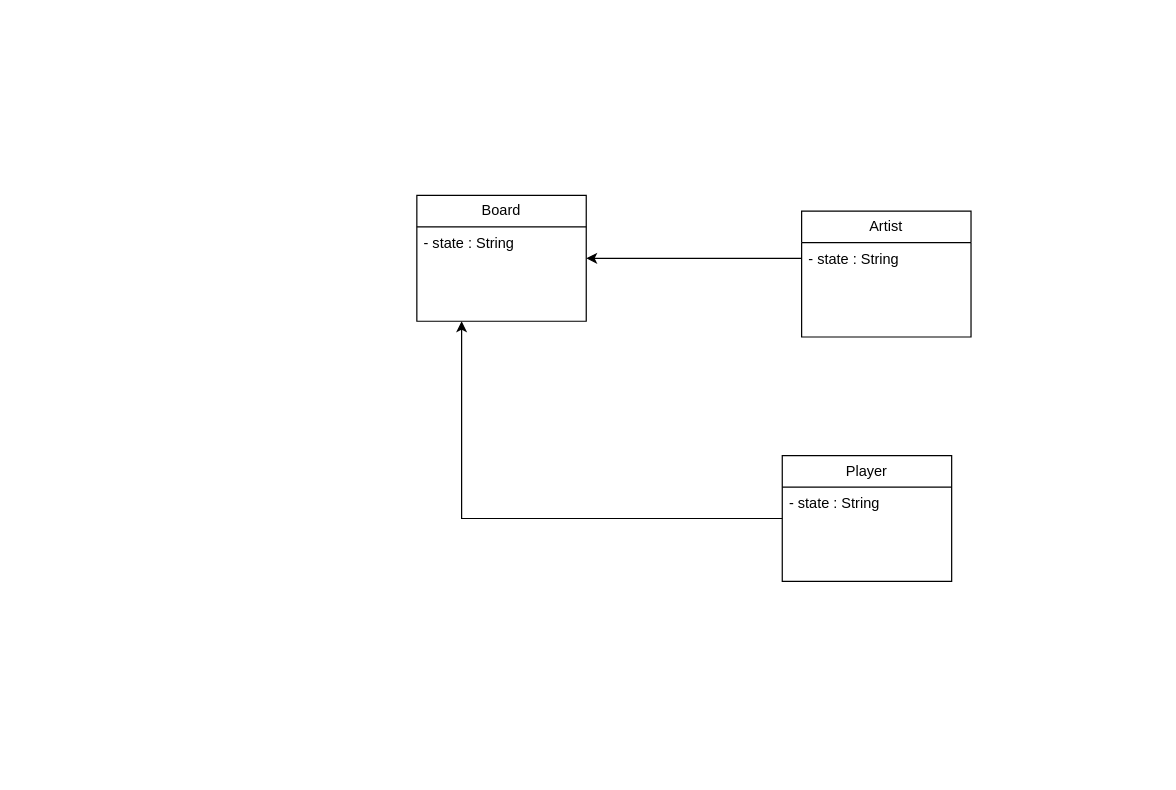
The draw.io diagram lab 2 - Flyweight/Fadulla.drawio in solovozer/-2, before the edit. Source tidied: cells renumbered, new cells numbered last; positions are measured from the earlier drawing's top-left corner, leaving out a move shared by most shapes. Both pictures are drawn from the tidied source at 121%, with x=0, y=0 at pixel (416, 195).
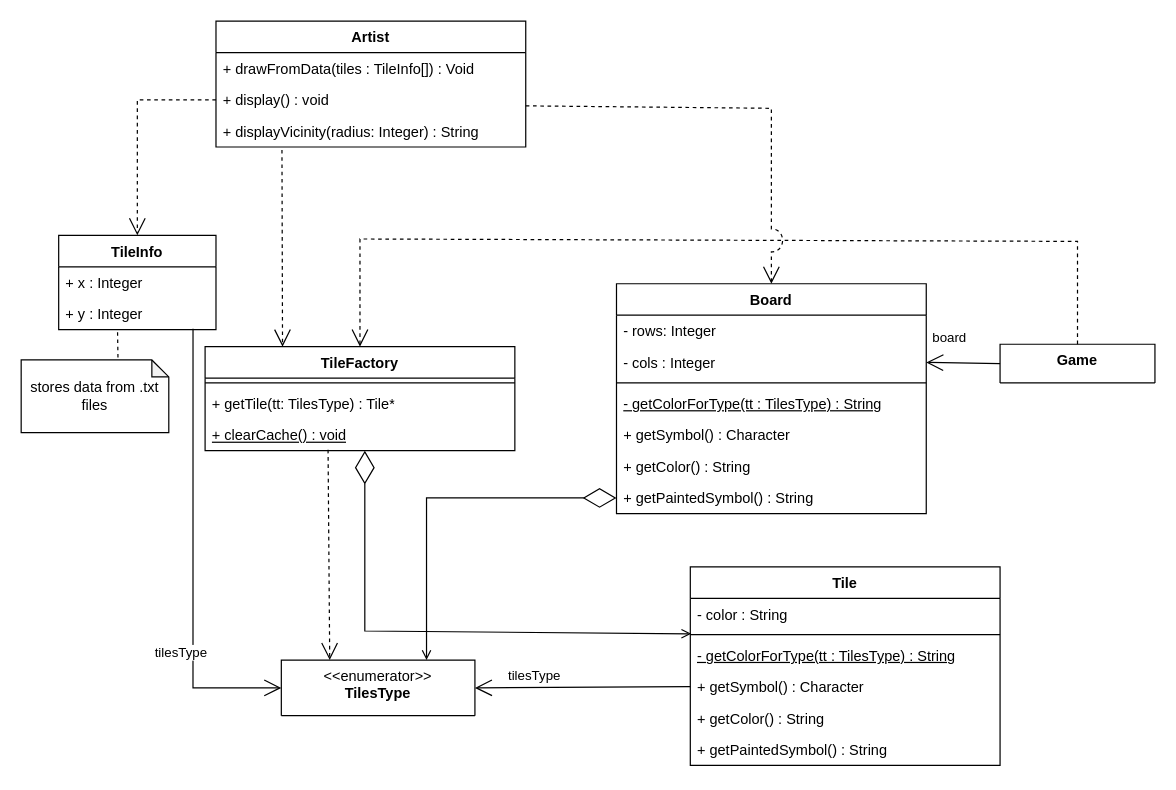
The same diagram, later.

The edit, as a diff of the source:
```diff
@@
+    <mxCell id="16" value="Tile" style="swimlane;fontStyle=1;align=center;verticalAlign=top;horizontal=1;startSize=26;whiteSpace=wrap;html=1;" parent="1" vertex="1">
+      <mxGeometry x="226" y="307" width="256" height="164" as="geometry" />
+    </mxCell>
+    <mxCell id="17" value="- color : String" style="text;strokeColor=none;fillColor=none;align=left;verticalAlign=top;spacingLeft=4;spacingRight=4;overflow=hidden;points=[[0,0.5],[1,0.5]];portConstraint=eastwest;whiteSpace=wrap;html=1;" parent="16" vertex="1">
+      <mxGeometry y="26" width="256" height="26" as="geometry" />
+    </mxCell>
+    <mxCell id="18" style="line;strokeWidth=1;fillColor=none;align=left;verticalAlign=middle;spacingTop=-1;spacingLeft=3;spacingRight=3;labelPosition=right;strokeColor=inherit;" parent="16" vertex="1">
+      <mxGeometry y="52" width="256" height="8" as="geometry" />
+    </mxCell>
+    <mxCell id="19" value="&lt;u&gt;- getColorForType(tt : TilesType) : String&lt;/u&gt;" style="text;strokeColor=none;fillColor=none;align=left;verticalAlign=top;spacingLeft=4;spacingRight=4;overflow=hidden;whiteSpace=wrap;html=1;" parent="16" vertex="1">
+      <mxGeometry y="60" width="256" height="26" as="geometry" />
+    </mxCell>
+    <mxCell id="20" value="+ getSymbol() : Character" style="text;strokeColor=none;fillColor=none;align=left;verticalAlign=top;spacingLeft=4;spacingRight=4;overflow=hidden;points=[[0,0.5],[1,0.5]];portConstraint=eastwest;whiteSpace=wrap;html=1;" parent="16" vertex="1">
+      <mxGeometry y="86" width="256" height="26" as="geometry" />
+    </mxCell>
+    <mxCell id="21" value="+ getColor() : String" style="text;strokeColor=none;fillColor=none;align=left;verticalAlign=top;spacingLeft=4;spacingRight=4;overflow=hidden;whiteSpace=wrap;html=1;" parent="16" vertex="1">
+      <mxGeometry y="112" width="256" height="26" as="geometry" />
+    </mxCell>
+    <mxCell id="22" value="+ getPaintedSymbol() : String" style="text;strokeColor=none;fillColor=none;align=left;verticalAlign=top;spacingLeft=4;spacingRight=4;overflow=hidden;whiteSpace=wrap;html=1;" parent="16" vertex="1">
+      <mxGeometry y="138" width="256" height="26" as="geometry" />
+    </mxCell>
+    <mxCell id="23" value="&lt;div&gt;&lt;span style=&quot;font-weight: normal;&quot;&gt;&amp;lt;&amp;lt;enumerator&amp;gt;&amp;gt;&lt;/span&gt;&lt;/div&gt;&lt;div&gt;TilesType&lt;/div&gt;" style="swimlane;fontStyle=1;align=center;verticalAlign=top;horizontal=1;startSize=46;whiteSpace=wrap;html=1;" parent="1" vertex="1">
+      <mxGeometry x="-112" y="384" width="160" height="46" as="geometry" />
+    </mxCell>
+    <mxCell id="24" value="tilesType" style="endArrow=open;endSize=12;html=1;rounded=0;entryX=1;entryY=0.5;entryDx=0;entryDy=0;exitX=0;exitY=0.5;exitDx=0;exitDy=0;" parent="1" edge="1" source="20" target="23">
+      <mxGeometry x="0.45" y="-10" relative="1" as="geometry" />
+    </mxCell>
+    <mxCell id="25" value="TileFactory" style="swimlane;fontStyle=1;align=center;verticalAlign=top;horizontal=1;startSize=26;whiteSpace=wrap;html=1;" parent="1" vertex="1">
+      <mxGeometry x="-175" y="125" width="256" height="86" as="geometry" />
+    </mxCell>
+    <mxCell id="26" style="line;strokeWidth=1;fillColor=none;align=left;verticalAlign=middle;spacingTop=-1;spacingLeft=3;spacingRight=3;labelPosition=right;strokeColor=inherit;" parent="25" vertex="1">
+      <mxGeometry y="26" width="256" height="8" as="geometry" />
+    </mxCell>
+    <mxCell id="27" value="+ getTile(tt: TilesType) : Tile*" style="text;strokeColor=none;fillColor=none;align=left;verticalAlign=top;spacingLeft=4;spacingRight=4;overflow=hidden;whiteSpace=wrap;html=1;" parent="25" vertex="1">
+      <mxGeometry y="34" width="256" height="26" as="geometry" />
+    </mxCell>
+    <mxCell id="28" value="&lt;u&gt;+ clearCache() : void&lt;/u&gt;" style="text;strokeColor=none;fillColor=none;align=left;verticalAlign=top;spacingLeft=4;spacingRight=4;overflow=hidden;points=[[0,0.5],[1,0.5]];portConstraint=eastwest;whiteSpace=wrap;html=1;" parent="25" vertex="1">
+      <mxGeometry y="60" width="256" height="26" as="geometry" />
+    </mxCell>
+    <mxCell id="29" style="endArrow=open;html=1;endSize=6;startArrow=diamondThin;startSize=25;startFill=0;align=left;verticalAlign=bottom;rounded=0;targetPerimeterSpacing=0;sourcePerimeterSpacing=30;elbow=vertical;entryX=0.003;entryY=1.128;entryDx=0;entryDy=0;entryPerimeter=0;" parent="1" edge="1" target="17">
+      <mxGeometry x="-0.64" y="3" relative="1" as="geometry">
+        <mxPoint x="-43" y="211" as="sourcePoint" />
+        <Array as="points">
+          <mxPoint x="-43" y="360" />
+        </Array>
+      </mxGeometry>
+    </mxCell>
+    <mxCell id="30" style="endArrow=open;endSize=12;html=1;rounded=0;dashed=1;entryX=0.25;entryY=0;entryDx=0;entryDy=0;exitX=0.397;exitY=0.969;exitDx=0;exitDy=0;exitPerimeter=0;" parent="1" edge="1" source="28" target="23">
+      <mxGeometry x="0.69" y="-35" relative="1" as="geometry" />
+    </mxCell>
+    <mxCell id="31" value="Game" style="swimlane;fontStyle=1;align=center;verticalAlign=top;horizontal=1;startSize=52;whiteSpace=wrap;html=1;" parent="1" vertex="1">
+      <mxGeometry x="482" y="123" width="128" height="32" as="geometry" />
+    </mxCell>
-    <mxCell id="2" value="Board" style="swimlane;fontStyle=0;horizontal=1;startSize=26;fillColor=none;whiteSpace=wrap;html=1;" parent="1" vertex="1">
-      <mxGeometry width="140" height="104" as="geometry" />
+    <mxCell id="2" value="Board" style="swimlane;fontStyle=1;align=center;verticalAlign=top;horizontal=1;startSize=26;whiteSpace=wrap;html=1;" parent="1" vertex="1">
+      <mxGeometry x="165" y="73" width="256" height="190" as="geometry" />
     </mxCell>
-    <mxCell id="3" value="- state : String" style="text;strokeColor=none;fillColor=none;align=left;verticalAlign=top;spacingLeft=4;spacingRight=4;overflow=hidden;whiteSpace=wrap;html=1;" parent="2" vertex="1">
-      <mxGeometry y="26" width="140" height="26" as="geometry" />
-    </mxCell>
-    <mxCell id="4" style="text;strokeColor=none;fillColor=none;align=left;verticalAlign=top;spacingLeft=4;spacingRight=4;overflow=hidden;whiteSpace=wrap;html=1;" parent="2" vertex="1">
-      <mxGeometry y="52" width="140" height="26" as="geometry" />
-    </mxCell>
-    <mxCell id="5" style="text;strokeColor=none;fillColor=none;align=left;verticalAlign=top;spacingLeft=4;spacingRight=4;overflow=hidden;points=[[0,0.5],[1,0.5]];portConstraint=eastwest;whiteSpace=wrap;html=1;" parent="2" vertex="1">
-      <mxGeometry y="78" width="140" height="26" as="geometry" />
-    </mxCell>
+    <mxCell id="32" value="- rows: Integer" style="text;strokeColor=none;fillColor=none;align=left;verticalAlign=top;spacingLeft=4;spacingRight=4;overflow=hidden;whiteSpace=wrap;html=1;" parent="2" vertex="1">
+      <mxGeometry y="26" width="256" height="26" as="geometry" />
+    </mxCell>
+    <mxCell id="33" value="- cols : Integer" style="text;strokeColor=none;fillColor=none;align=left;verticalAlign=top;spacingLeft=4;spacingRight=4;overflow=hidden;points=[[0,0.5],[1,0.5]];portConstraint=eastwest;whiteSpace=wrap;html=1;" parent="2" vertex="1">
+      <mxGeometry y="52" width="256" height="26" as="geometry" />
+    </mxCell>
+    <mxCell id="34" style="line;strokeWidth=1;fillColor=none;align=left;verticalAlign=middle;spacingTop=-1;spacingLeft=3;spacingRight=3;labelPosition=right;strokeColor=inherit;" parent="2" vertex="1">
+      <mxGeometry y="78" width="256" height="8" as="geometry" />
+    </mxCell>
+    <mxCell id="35" value="&lt;u&gt;- getColorForType(tt : TilesType) : String&lt;/u&gt;" style="text;strokeColor=none;fillColor=none;align=left;verticalAlign=top;spacingLeft=4;spacingRight=4;overflow=hidden;whiteSpace=wrap;html=1;" parent="2" vertex="1">
+      <mxGeometry y="86" width="256" height="26" as="geometry" />
+    </mxCell>
+    <mxCell id="36" value="+ getSymbol() : Character" style="text;strokeColor=none;fillColor=none;align=left;verticalAlign=top;spacingLeft=4;spacingRight=4;overflow=hidden;whiteSpace=wrap;html=1;" parent="2" vertex="1">
+      <mxGeometry y="112" width="256" height="26" as="geometry" />
+    </mxCell>
+    <mxCell id="37" value="+ getColor() : String" style="text;strokeColor=none;fillColor=none;align=left;verticalAlign=top;spacingLeft=4;spacingRight=4;overflow=hidden;whiteSpace=wrap;html=1;" parent="2" vertex="1">
+      <mxGeometry y="138" width="256" height="26" as="geometry" />
+    </mxCell>
+    <mxCell id="38" value="+ getPaintedSymbol() : String" style="text;strokeColor=none;fillColor=none;align=left;verticalAlign=top;spacingLeft=4;spacingRight=4;overflow=hidden;points=[[0,0.5],[1,0.5]];portConstraint=eastwest;whiteSpace=wrap;html=1;" parent="2" vertex="1">
+      <mxGeometry y="164" width="256" height="26" as="geometry" />
+    </mxCell>
+    <mxCell id="39" value="board" style="endArrow=open;endSize=12;html=1;rounded=0;exitX=0;exitY=0.5;exitDx=0;exitDy=0;entryX=1;entryY=0.5;entryDx=0;entryDy=0;" parent="1" edge="1" source="31" target="33">
+      <mxGeometry x="0.38" y="-20" relative="1" as="geometry" />
+    </mxCell>
+    <mxCell id="40" style="endArrow=open;endSize=12;html=1;rounded=0;dashed=1;entryX=0.5;entryY=0;entryDx=0;entryDy=0;exitX=0.5;exitY=0;exitDx=0;exitDy=0;" parent="1" edge="1" source="31" target="25">
+      <mxGeometry x="0.69" y="-35" relative="1" as="geometry">
+        <Array as="points">
+          <mxPoint x="546" y="38" />
+          <mxPoint x="-47" y="36" />
+        </Array>
+      </mxGeometry>
+    </mxCell>
-    <mxCell id="6" value="Artist" style="swimlane;fontStyle=0;horizontal=1;startSize=26;fillColor=none;whiteSpace=wrap;html=1;" parent="1" vertex="1">
-      <mxGeometry x="318" y="13" width="140" height="104" as="geometry" />
+    <mxCell id="6" value="Artist" style="swimlane;fontStyle=1;align=center;verticalAlign=top;horizontal=1;startSize=26;whiteSpace=wrap;html=1;" parent="1" vertex="1">
+      <mxGeometry x="-166" y="-144" width="256" height="104" as="geometry" />
     </mxCell>
-    <mxCell id="7" value="- state : String" style="text;strokeColor=none;fillColor=none;align=left;verticalAlign=top;spacingLeft=4;spacingRight=4;overflow=hidden;points=[[0,0.5],[1,0.5]];portConstraint=eastwest;whiteSpace=wrap;html=1;" parent="6" vertex="1">
-      <mxGeometry y="26" width="140" height="26" as="geometry" />
-    </mxCell>
-    <mxCell id="8" style="text;strokeColor=none;fillColor=none;align=left;verticalAlign=top;spacingLeft=4;spacingRight=4;overflow=hidden;whiteSpace=wrap;html=1;" parent="6" vertex="1">
-      <mxGeometry y="52" width="140" height="26" as="geometry" />
-    </mxCell>
-    <mxCell id="9" style="text;strokeColor=none;fillColor=none;align=left;verticalAlign=top;spacingLeft=4;spacingRight=4;overflow=hidden;whiteSpace=wrap;html=1;" parent="6" vertex="1">
-      <mxGeometry y="78" width="140" height="26" as="geometry" />
-    </mxCell>
-    <mxCell id="10" style="edgeStyle=orthogonalEdgeStyle;rounded=0;jettySize=auto;html=1;" parent="1" edge="1" source="7" target="2">
-      <mxGeometry relative="1" as="geometry" />
-    </mxCell>
-    <mxCell id="11" value="Player" style="swimlane;fontStyle=0;horizontal=1;startSize=26;fillColor=none;whiteSpace=wrap;html=1;" parent="1" vertex="1">
-      <mxGeometry x="302" y="215" width="140" height="104" as="geometry" />
-    </mxCell>
-    <mxCell id="12" value="- state : String" style="text;strokeColor=none;fillColor=none;align=left;verticalAlign=top;spacingLeft=4;spacingRight=4;overflow=hidden;whiteSpace=wrap;html=1;" parent="11" vertex="1">
-      <mxGeometry y="26" width="140" height="26" as="geometry" />
-    </mxCell>
-    <mxCell id="13" style="text;strokeColor=none;fillColor=none;align=left;verticalAlign=top;spacingLeft=4;spacingRight=4;overflow=hidden;whiteSpace=wrap;html=1;" parent="11" vertex="1">
-      <mxGeometry y="52" width="140" height="26" as="geometry" />
-    </mxCell>
-    <mxCell id="14" style="text;strokeColor=none;fillColor=none;align=left;verticalAlign=top;spacingLeft=4;spacingRight=4;overflow=hidden;whiteSpace=wrap;html=1;" parent="11" vertex="1">
-      <mxGeometry y="78" width="140" height="26" as="geometry" />
-    </mxCell>
-    <mxCell id="15" style="edgeStyle=orthogonalEdgeStyle;rounded=0;jettySize=auto;html=1;" parent="1" edge="1" source="11" target="5">
-      <mxGeometry relative="1" as="geometry">
-        <Array as="points">
-          <mxPoint x="37" y="267" />
-        </Array>
-      </mxGeometry>
-    </mxCell>
+    <mxCell id="41" value="+ drawFromData(tiles : TileInfo[]) : Void" style="text;strokeColor=none;fillColor=none;align=left;verticalAlign=top;spacingLeft=4;spacingRight=4;overflow=hidden;whiteSpace=wrap;html=1;" parent="6" vertex="1">
+      <mxGeometry y="26" width="256" height="26" as="geometry" />
+    </mxCell>
+    <mxCell id="42" value="+ display() : void" style="text;strokeColor=none;fillColor=none;align=left;verticalAlign=top;spacingLeft=4;spacingRight=4;overflow=hidden;points=[[0,0.5],[1,0.5]];portConstraint=eastwest;whiteSpace=wrap;html=1;" parent="6" vertex="1">
+      <mxGeometry y="52" width="256" height="26" as="geometry" />
+    </mxCell>
+    <mxCell id="43" value="+ displayVicinity(radius: Integer) : String" style="text;strokeColor=none;fillColor=none;align=left;verticalAlign=top;spacingLeft=4;spacingRight=4;overflow=hidden;points=[[0,0.5],[1,0.5]];portConstraint=eastwest;whiteSpace=wrap;html=1;" parent="6" vertex="1">
+      <mxGeometry y="78" width="256" height="26" as="geometry" />
+    </mxCell>
+    <mxCell id="44" style="endArrow=open;endSize=12;html=1;rounded=0;dashed=1;entryX=0.5;entryY=0;entryDx=0;entryDy=0;exitX=1;exitY=0.692;exitDx=0;exitDy=0;jumpStyle=arc;jumpSize=19;exitPerimeter=0;" parent="1" edge="1" source="42" target="2">
+      <mxGeometry x="0.69" y="-35" relative="1" as="geometry">
+        <Array as="points">
+          <mxPoint x="293" y="-72" />
+        </Array>
+      </mxGeometry>
+    </mxCell>
+    <mxCell id="45" style="endArrow=open;endSize=12;html=1;rounded=0;dashed=1;entryX=0.25;entryY=0;entryDx=0;entryDy=0;exitX=0.213;exitY=1.092;exitDx=0;exitDy=0;jumpStyle=arc;jumpSize=19;exitPerimeter=0;" parent="1" edge="1" source="43" target="25">
+      <mxGeometry x="0.69" y="-35" relative="1" as="geometry" />
+    </mxCell>
+    <mxCell id="46" value="TileInfo" style="swimlane;fontStyle=1;align=center;verticalAlign=top;horizontal=1;startSize=26;whiteSpace=wrap;html=1;" parent="1" vertex="1">
+      <mxGeometry x="-296" y="33" width="130" height="78" as="geometry" />
+    </mxCell>
+    <mxCell id="47" value="+ x : Integer" style="text;strokeColor=none;fillColor=none;align=left;verticalAlign=top;spacingLeft=4;spacingRight=4;overflow=hidden;whiteSpace=wrap;html=1;" parent="46" vertex="1">
+      <mxGeometry y="26" width="130" height="26" as="geometry" />
+    </mxCell>
+    <mxCell id="48" value="+ y : Integer" style="text;strokeColor=none;fillColor=none;align=left;verticalAlign=top;spacingLeft=4;spacingRight=4;overflow=hidden;points=[[0,0.5],[1,0.5]];portConstraint=eastwest;whiteSpace=wrap;html=1;" parent="46" vertex="1">
+      <mxGeometry y="52" width="130" height="26" as="geometry" />
+    </mxCell>
+    <mxCell id="49" value="tilesType" style="endArrow=open;endSize=12;html=1;rounded=0;exitX=0.854;exitY=0.969;exitDx=0;exitDy=0;exitPerimeter=0;entryX=0;entryY=0.5;entryDx=0;entryDy=0;" parent="1" edge="1" source="48" target="23">
+      <mxGeometry x="0.45" y="-10" relative="1" as="geometry">
+        <Array as="points">
+          <mxPoint x="-185" y="407" />
+        </Array>
+      </mxGeometry>
+    </mxCell>
+    <mxCell id="50" value="stores data from .txt files" style="shape=note;whiteSpace=wrap;html=1;backgroundOutline=1;darkOpacity=0.05;size=14;" parent="1" vertex="1">
+      <mxGeometry x="-327" y="136" width="122" height="60" as="geometry" />
+    </mxCell>
+    <mxCell id="51" style="endArrow=none;endSize=12;html=1;rounded=0;dashed=1;startFill=0;entryX=0.374;entryY=0.969;entryDx=0;entryDy=0;entryPerimeter=0;" parent="1" edge="1" target="48">
+      <mxGeometry x="0.69" y="-35" relative="1" as="geometry">
+        <mxPoint x="-247" y="134" as="sourcePoint" />
+      </mxGeometry>
+    </mxCell>
+    <mxCell id="52" style="endArrow=open;endSize=12;html=1;rounded=0;dashed=1;entryX=0.5;entryY=0;entryDx=0;entryDy=0;exitX=0;exitY=0.5;exitDx=0;exitDy=0;jumpStyle=arc;jumpSize=19;" parent="1" edge="1" source="42" target="46">
+      <mxGeometry x="0.69" y="-35" relative="1" as="geometry">
+        <Array as="points">
+          <mxPoint x="-231" y="-79" />
+        </Array>
+      </mxGeometry>
+    </mxCell>
+    <mxCell id="53" style="endArrow=open;html=1;endSize=6;startArrow=diamondThin;startSize=25;startFill=0;align=left;verticalAlign=bottom;rounded=0;exitX=0;exitY=0.5;exitDx=0;exitDy=0;entryX=0.75;entryY=0;entryDx=0;entryDy=0;targetPerimeterSpacing=0;sourcePerimeterSpacing=30;elbow=vertical;" parent="1" edge="1" source="38" target="23">
+      <mxGeometry x="-0.64" y="3" relative="1" as="geometry">
+        <Array as="points">
+          <mxPoint x="8" y="250" />
+        </Array>
+      </mxGeometry>
+    </mxCell>
```
